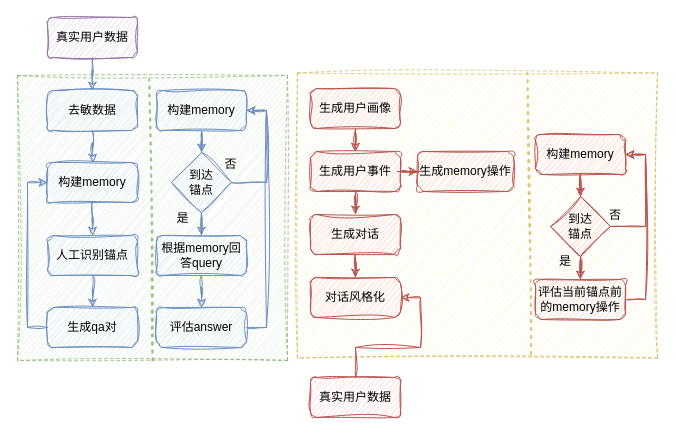
Olive-2019/drawio-source keeps this draw.io diagram as drawioFile/memoryos-eval.drawio. Above is the earlier version. Source tidied: cells renumbered, new cells numbered last; positions are measured from the earlier drawing's top-left corner, leaving out a move shared by most shapes. Both pictures are drawn from the tidied source at 100%, with x=0, y=0 at pixel (17, 17).
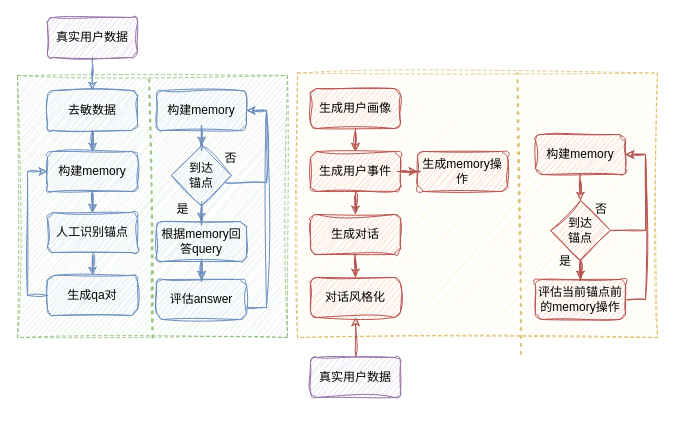
The same diagram, later.

Unchanged cells that the change refers to:
```xml
<mxCell id="15" value="构建memory" style="rounded=1;whiteSpace=wrap;html=1;fillColor=#dae8fc;strokeColor=#6c8ebf;sketch=1;curveFitting=1;jiggle=2;" parent="1" vertex="1">
  <mxGeometry x="139" y="73" width="90" height="40" as="geometry" />
</mxCell>
<mxCell id="33" value="对话风格化" style="rounded=1;whiteSpace=wrap;html=1;sketch=1;curveFitting=1;jiggle=2;fillColor=#f8cecc;strokeColor=#b85450;" parent="1" vertex="1">
  <mxGeometry x="293" y="260" width="90" height="40" as="geometry" />
</mxCell>
<mxCell id="38" value="构建memory" style="rounded=1;whiteSpace=wrap;html=1;sketch=1;curveFitting=1;jiggle=2;fillColor=#f8cecc;strokeColor=#b85450;" parent="1" vertex="1">
  <mxGeometry x="518" y="117" width="90" height="40" as="geometry" />
</mxCell>
```

The edit, as a diff of the source:
```diff
@@
     <mxCell id="2" style="rounded=0;whiteSpace=wrap;html=1;dashed=1;sketch=1;curveFitting=1;jiggle=2;fillColor=#fff2cc;strokeColor=#d6b656;opacity=70;" parent="1" vertex="1">
-      <mxGeometry x="280" y="55.5" width="360" height="285" as="geometry" />
+      <mxGeometry x="280" y="55.5" width="360" height="264.5" as="geometry" />
     </mxCell>
     <mxCell id="3" style="rounded=0;whiteSpace=wrap;html=1;dashed=1;sketch=1;curveFitting=1;jiggle=2;fillColor=#d5e8d4;strokeColor=#82b366;opacity=70;" parent="1" vertex="1">
-      <mxGeometry y="58" width="270" height="285" as="geometry" />
+      <mxGeometry y="58" width="270" height="262" as="geometry" />
     </mxCell>
@@
     <mxCell id="9" value="构建memory" style="rounded=1;whiteSpace=wrap;html=1;fillColor=#dae8fc;strokeColor=#6c8ebf;sketch=1;curveFitting=1;jiggle=2;" parent="1" vertex="1">
-      <mxGeometry x="30" y="145" width="90" height="40" as="geometry" />
+      <mxGeometry x="30" y="134" width="90" height="40" as="geometry" />
     </mxCell>
@@
     <mxCell id="11" value="人工识别锚点" style="rounded=1;whiteSpace=wrap;html=1;fillColor=#dae8fc;strokeColor=#6c8ebf;sketch=1;curveFitting=1;jiggle=2;" parent="1" vertex="1">
-      <mxGeometry x="30" y="218" width="90" height="40" as="geometry" />
+      <mxGeometry x="30" y="195" width="90" height="40" as="geometry" />
     </mxCell>
     <mxCell id="12" style="edgeStyle=orthogonalEdgeStyle;rounded=0;jettySize=auto;html=1;entryX=0;entryY=0.5;entryDx=0;entryDy=0;sketch=1;curveFitting=1;jiggle=2;fillColor=#dae8fc;strokeColor=#6c8ebf;" parent="1" edge="1" source="13" target="9">
       <mxGeometry relative="1" as="geometry">
         <Array as="points">
-          <mxPoint x="10" y="310" />
-          <mxPoint x="10" y="165" />
+          <mxPoint x="10" y="278" />
+          <mxPoint x="10" y="154" />
         </Array>
       </mxGeometry>
     </mxCell>
     <mxCell id="13" value="生成qa对" style="rounded=1;whiteSpace=wrap;html=1;fillColor=#dae8fc;strokeColor=#6c8ebf;sketch=1;curveFitting=1;jiggle=2;" parent="1" vertex="1">
-      <mxGeometry x="30" y="290" width="90" height="40" as="geometry" />
+      <mxGeometry x="30" y="258" width="90" height="40" as="geometry" />
     </mxCell>
@@
     <mxCell id="17" value="根据memory回答query" style="rounded=1;whiteSpace=wrap;html=1;fillColor=#dae8fc;strokeColor=#6c8ebf;sketch=1;curveFitting=1;jiggle=2;" parent="1" vertex="1">
-      <mxGeometry x="139" y="218" width="90" height="40" as="geometry" />
+      <mxGeometry x="139" y="204" width="90" height="40" as="geometry" />
     </mxCell>
@@
     <mxCell id="20" value="到达&lt;div&gt;锚点&lt;/div&gt;" style="rhombus;whiteSpace=wrap;html=1;fillColor=#dae8fc;strokeColor=#6c8ebf;sketch=1;curveFitting=1;jiggle=2;" parent="1" vertex="1">
-      <mxGeometry x="154" y="135" width="60" height="60" as="geometry" />
+      <mxGeometry x="154" y="128" width="60" height="60" as="geometry" />
     </mxCell>
     <mxCell id="21" style="edgeStyle=orthogonalEdgeStyle;rounded=0;jettySize=auto;html=1;entryX=1;entryY=0.5;entryDx=0;entryDy=0;sketch=1;curveFitting=1;jiggle=2;fillColor=#dae8fc;strokeColor=#6c8ebf;" parent="1" edge="1" source="22" target="15">
       <mxGeometry relative="1" as="geometry">
         <Array as="points">
-          <mxPoint x="249" y="310" />
+          <mxPoint x="249" y="290" />
           <mxPoint x="249" y="93" />
         </Array>
       </mxGeometry>
     </mxCell>
     <mxCell id="22" value="评估answer" style="rounded=1;whiteSpace=wrap;html=1;fillColor=#dae8fc;strokeColor=#6c8ebf;sketch=1;curveFitting=1;jiggle=2;" parent="1" vertex="1">
-      <mxGeometry x="139" y="290" width="90" height="40" as="geometry" />
+      <mxGeometry x="139" y="262" width="90" height="40" as="geometry" />
     </mxCell>
     <mxCell id="23" value="是" style="text;html=1;whiteSpace=wrap;strokeColor=none;fillColor=none;align=center;verticalAlign=middle;rounded=0;" parent="1" vertex="1">
-      <mxGeometry x="150" y="188" width="31" height="25" as="geometry" />
+      <mxGeometry x="150" y="179" width="31" height="25" as="geometry" />
     </mxCell>
     <mxCell id="24" value="否" style="text;html=1;whiteSpace=wrap;strokeColor=none;fillColor=none;align=center;verticalAlign=middle;rounded=0;" parent="1" vertex="1">
-      <mxGeometry x="198" y="134" width="31" height="26" as="geometry" />
+      <mxGeometry x="198" y="128" width="31" height="26" as="geometry" />
     </mxCell>
@@
     <mxCell id="32" value="生成memory操作" style="rounded=1;whiteSpace=wrap;html=1;sketch=1;curveFitting=1;jiggle=2;fillColor=#f8cecc;strokeColor=#b85450;" parent="1" vertex="1">
-      <mxGeometry x="400" y="134" width="96" height="40" as="geometry" />
+      <mxGeometry x="400" y="134" width="90" height="40" as="geometry" />
     </mxCell>
@@
-    <mxCell id="34" value="&lt;div&gt;&lt;br&gt;&lt;/div&gt;&lt;div&gt;&lt;br&gt;&lt;/div&gt;&lt;div&gt;&lt;br&gt;&lt;/div&gt;&lt;div&gt;&lt;br&gt;&lt;/div&gt;&lt;div&gt;&lt;br&gt;&lt;/div&gt;" style="edgeStyle=orthogonalEdgeStyle;rounded=0;jettySize=auto;html=1;entryX=1;entryY=0.5;entryDx=0;entryDy=0;sketch=1;curveFitting=1;jiggle=2;fillColor=#f8cecc;strokeColor=#b85450;" parent="1" edge="1" source="35" target="33">
-      <mxGeometry relative="1" as="geometry">
-        <Array as="points">
-          <mxPoint x="338" y="330" />
-          <mxPoint x="403" y="330" />
-          <mxPoint x="403" y="280" />
-        </Array>
-      </mxGeometry>
+    <mxCell id="34" style="edgeStyle=orthogonalEdgeStyle;rounded=0;jettySize=auto;html=1;sketch=1;curveFitting=1;jiggle=2;fillColor=#f8cecc;strokeColor=#b85450;" parent="1" edge="1" source="35" target="33">
+      <mxGeometry relative="1" as="geometry" />
     </mxCell>
-    <mxCell id="35" value="真实用户数据" style="rounded=1;whiteSpace=wrap;html=1;sketch=1;curveFitting=1;jiggle=2;fillColor=#f8cecc;strokeColor=#b85450;" parent="1" vertex="1">
-      <mxGeometry x="293" y="360" width="90" height="40" as="geometry" />
+    <mxCell id="35" value="真实用户数据" style="rounded=1;whiteSpace=wrap;html=1;sketch=1;curveFitting=1;jiggle=2;fillColor=#e1d5e7;strokeColor=#9673a6;" parent="1" vertex="1">
+      <mxGeometry x="293" y="340" width="90" height="40" as="geometry" />
     </mxCell>
@@
     <mxCell id="42" style="edgeStyle=orthogonalEdgeStyle;rounded=0;jettySize=auto;html=1;entryX=1;entryY=0.5;entryDx=0;entryDy=0;sketch=1;curveFitting=1;jiggle=2;fillColor=#f8cecc;strokeColor=#b85450;" parent="1" edge="1" source="43" target="38">
       <mxGeometry relative="1" as="geometry">
         <Array as="points">
-          <mxPoint x="628" y="209" />
+          <mxPoint x="628" y="213" />
           <mxPoint x="628" y="137" />
         </Array>
       </mxGeometry>
     </mxCell>
     <mxCell id="43" value="到达&lt;div&gt;锚点&lt;/div&gt;" style="rhombus;whiteSpace=wrap;html=1;sketch=1;curveFitting=1;jiggle=2;fillColor=#f8cecc;strokeColor=#b85450;" parent="1" vertex="1">
-      <mxGeometry x="533" y="179" width="60" height="60" as="geometry" />
+      <mxGeometry x="533" y="183" width="60" height="60" as="geometry" />
     </mxCell>
@@
     <mxCell id="45" value="否" style="text;html=1;whiteSpace=wrap;strokeColor=none;fillColor=none;align=center;verticalAlign=middle;rounded=0;sketch=1;curveFitting=1;jiggle=2;" parent="1" vertex="1">
-      <mxGeometry x="568" y="183" width="60" height="30" as="geometry" />
+      <mxGeometry x="568" y="176.5" width="32" height="30" as="geometry" />
     </mxCell>
@@
     <mxCell id="48" style="endArrow=none;dashed=1;html=1;dashPattern=1 3;strokeWidth=2;rounded=0;sketch=1;curveFitting=1;jiggle=2;opacity=80;exitX=0.5;exitY=1;exitDx=0;exitDy=0;fillColor=#fff2cc;strokeColor=#d6b656;" parent="1" edge="1">
       <mxGeometry relative="1" as="geometry">
-        <mxPoint x="513.4" y="336.5" as="sourcePoint" />
-        <mxPoint x="510" y="55.5" as="targetPoint" />
+        <mxPoint x="503.4" y="336.5" as="sourcePoint" />
+        <mxPoint x="500" y="55.5" as="targetPoint" />
       </mxGeometry>
     </mxCell>
```
